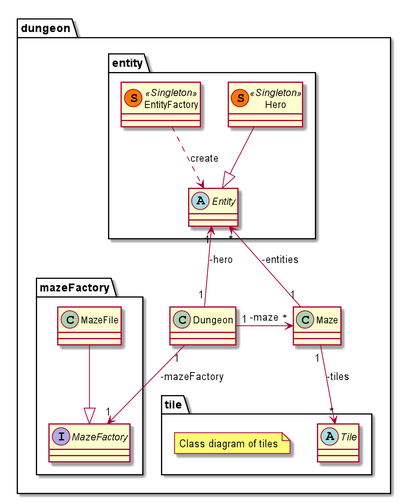
Before: doc/first_sprint/diagrams/class/global.png, a diagram exported from PlantUML (Reynault/ACL_2019_Zelpop).
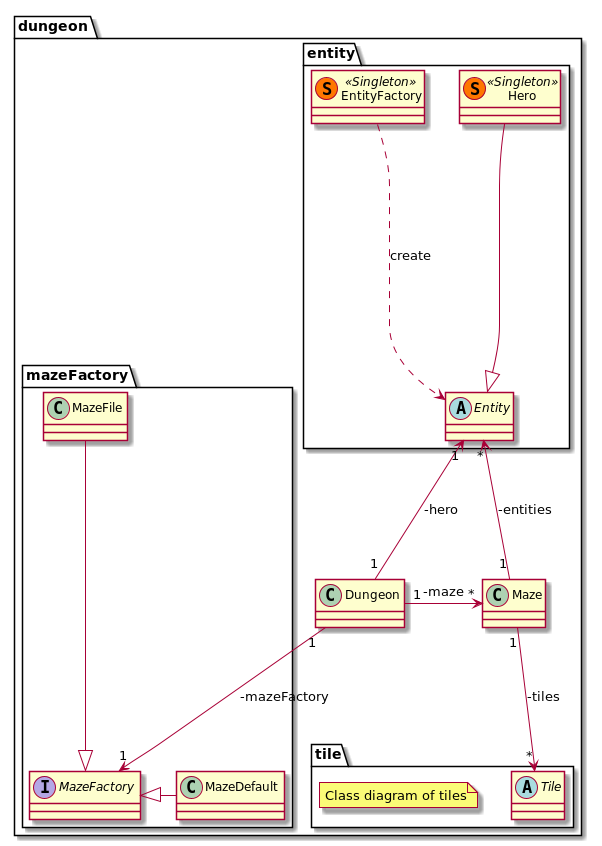
The same file after the commit.

What changed in the source:
```diff
@@ -47,10 +47,15 @@
 
         }
 
+        class MazeDefault{
+
+        }
+
     }
 
 }
 
+MazeDefault -left-|> MazeFactory
 Dungeon "1" -left-> "*" Maze: -maze
 Dungeon "1" --> "1" MazeFactory: -mazeFactory
 Maze "1" --> "*" Tile: -tiles
```
